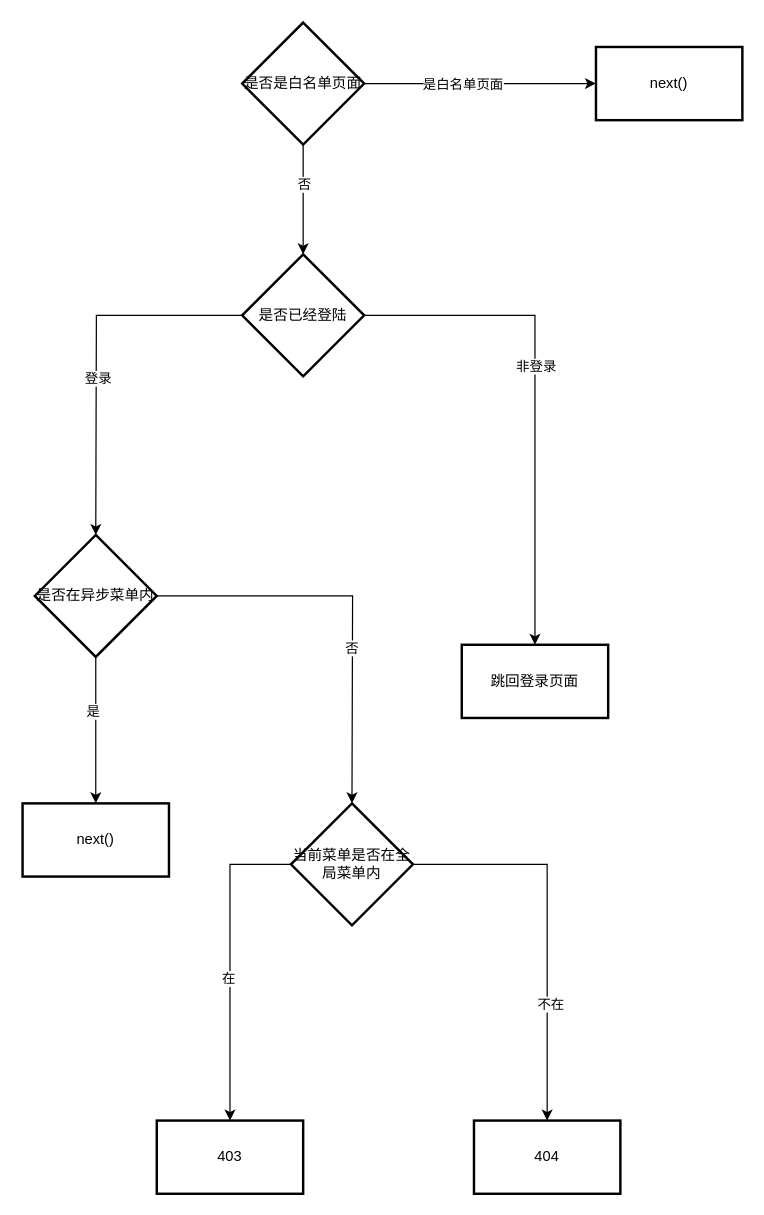
mythxiaoai/smart-factory-web keeps this draw.io diagram as middleware/路由判定流程图.drawio. Above is the earlier version. Source tidied: cells renumbered, new cells numbered last; positions are measured from the earlier drawing's top-left corner, leaving out a move shared by most shapes. Both pictures are drawn from the tidied source at 122%, with x=0, y=0 at pixel (22, 22).
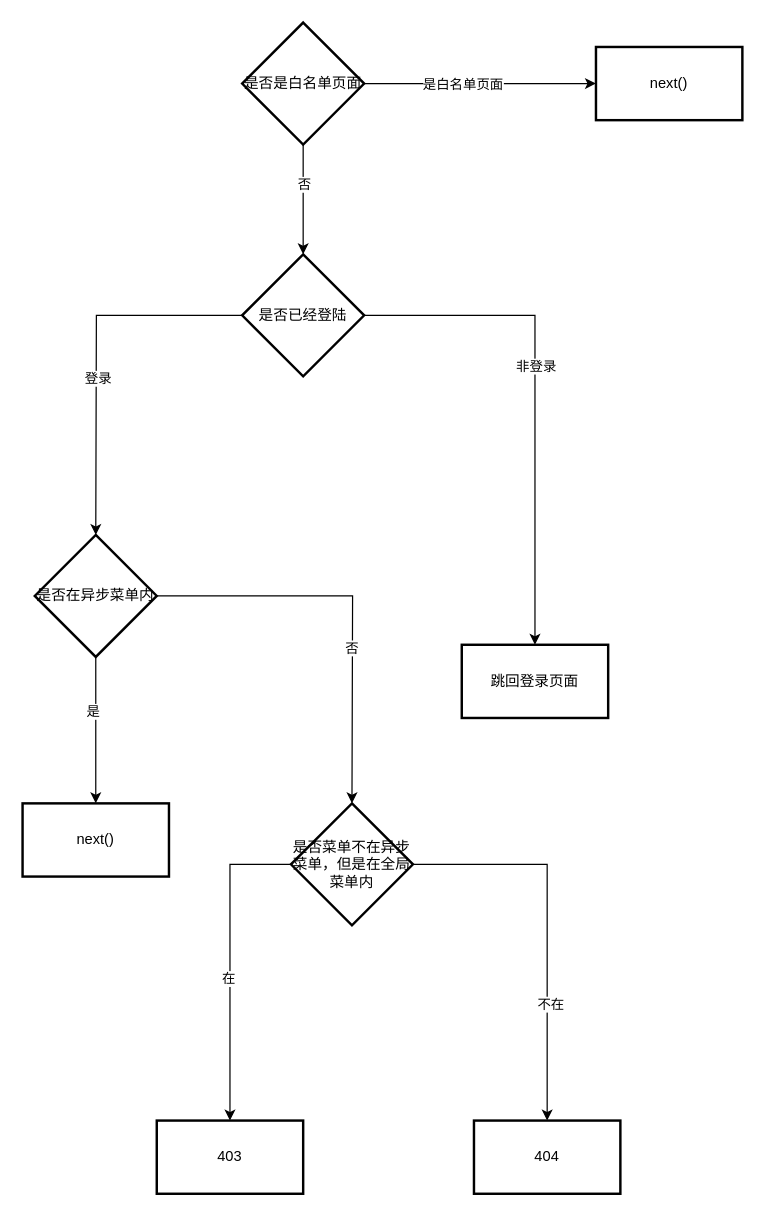
After the change.

What changed in the source:
```diff
@@
-    <mxCell id="26" value="当前菜单是否在全局菜单内" style="strokeWidth=2;html=1;shape=mxgraph.flowchart.decision;whiteSpace=wrap;" parent="1" vertex="1">
+    <mxCell id="26" value="是否菜单不在异步菜单，但是在全局菜单内" style="strokeWidth=2;html=1;shape=mxgraph.flowchart.decision;whiteSpace=wrap;" parent="1" vertex="1">
       <mxGeometry x="220" y="640" width="100" height="100" as="geometry" />
     </mxCell>
```
